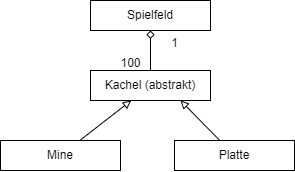
Earlier version of the draw.io export 00Informatik/OIDE_Minesweeper/01KlassendiagrammSpielfeld.png (Hi2272/Hi2272.github.io). Source tidied: cells renumbered, new cells last; positions are measured from the earlier drawing's top-left corner, leaving out a move shared by most shapes.
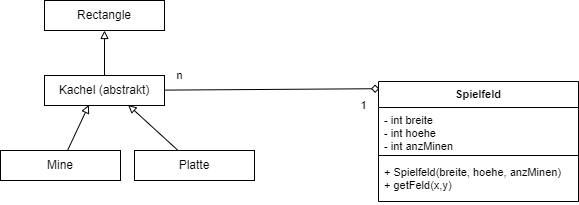
After the commit.

The edit, as a diff of the source:
```diff
@@ -2,32 +2,47 @@
   <root>
     <mxCell id="0" />
     <mxCell id="1" parent="0" />
-    <mxCell id="2" value="Spielfeld" style="rounded=0;whiteSpace=wrap;html=1;" parent="1" vertex="1">
-      <mxGeometry x="90" width="120" height="30" as="geometry" />
+    <mxCell id="2" style="edgeStyle=none;shape=connector;rounded=0;jettySize=auto;html=1;entryX=0.004;entryY=0.06;entryDx=0;entryDy=0;strokeColor=default;align=center;verticalAlign=middle;fontFamily=Helvetica;fontSize=11;fontColor=default;labelBackgroundColor=default;endArrow=diamond;endFill=0;entryPerimeter=0;" parent="1" edge="1" source="4" target="8">
+      <mxGeometry relative="1" as="geometry" />
     </mxCell>
-    <mxCell id="3" style="edgeStyle=orthogonalEdgeStyle;rounded=0;jettySize=auto;html=1;entryX=0.5;entryY=1;entryDx=0;entryDy=0;endArrow=diamond;endFill=0;" parent="1" edge="1" source="4" target="2">
+    <mxCell id="3" style="edgeStyle=none;shape=connector;rounded=0;jettySize=auto;html=1;strokeColor=default;align=center;verticalAlign=middle;fontFamily=Helvetica;fontSize=11;fontColor=default;labelBackgroundColor=default;endArrow=block;endFill=0;" parent="1" edge="1" source="4" target="7">
       <mxGeometry relative="1" as="geometry" />
     </mxCell>
     <mxCell id="4" value="Kachel (abstrakt)" style="rounded=0;whiteSpace=wrap;html=1;" parent="1" vertex="1">
-      <mxGeometry x="90" y="70" width="120" height="30" as="geometry" />
+      <mxGeometry x="-160" y="265" width="120" height="30" as="geometry" />
     </mxCell>
-    <mxCell id="5" style="edgeStyle=none;shape=connector;rounded=0;jettySize=auto;html=1;entryX=0.75;entryY=1;entryDx=0;entryDy=0;strokeColor=default;align=center;verticalAlign=middle;fontFamily=Helvetica;fontSize=11;fontColor=default;labelBackgroundColor=default;endArrow=block;endFill=0;" parent="1" edge="1" source="6" target="4">
-      <mxGeometry relative="1" as="geometry" />
+    <mxCell id="5" value="n" style="text;html=1;align=center;verticalAlign=middle;strokeColor=none;fillColor=none;fontFamily=Helvetica;fontSize=11;fontColor=default;labelBackgroundColor=default;" parent="1" vertex="1">
+      <mxGeometry x="-40" y="250" width="30" height="30" as="geometry" />
     </mxCell>
-    <mxCell id="6" value="Platte" style="rounded=0;whiteSpace=wrap;html=1;" parent="1" vertex="1">
-      <mxGeometry x="174" y="140" width="120" height="30" as="geometry" />
+    <mxCell id="6" value="1" style="text;html=1;align=center;verticalAlign=middle;points=[];strokeColor=none;fillColor=none;fontFamily=Helvetica;fontSize=11;fontColor=default;labelBackgroundColor=default;" parent="1" vertex="1">
+      <mxGeometry x="144" y="280" width="30" height="30" as="geometry" />
     </mxCell>
-    <mxCell id="7" style="rounded=0;jettySize=auto;html=1;endArrow=block;endFill=0;" parent="1" edge="1" source="8" target="4">
-      <mxGeometry relative="1" as="geometry" />
+    <mxCell id="7" value="Rectangle" style="rounded=0;whiteSpace=wrap;html=1;" parent="1" vertex="1">
+      <mxGeometry x="-160" y="190" width="120" height="30" as="geometry" />
     </mxCell>
-    <mxCell id="8" value="Mine" style="rounded=0;whiteSpace=wrap;html=1;" parent="1" vertex="1">
-      <mxGeometry y="140" width="120" height="30" as="geometry" />
+    <mxCell id="8" value="Spielfeld" style="swimlane;fontStyle=1;align=center;verticalAlign=top;horizontal=1;startSize=26;whiteSpace=wrap;html=1;fontFamily=Helvetica;fontSize=11;fontColor=default;labelBackgroundColor=default;" parent="1" vertex="1">
+      <mxGeometry x="174" y="271" width="200" height="120" as="geometry" />
     </mxCell>
-    <mxCell id="9" value="100" style="text;html=1;align=center;verticalAlign=middle;strokeColor=none;fillColor=none;" parent="1" vertex="1">
-      <mxGeometry x="110" y="48" width="40" height="30" as="geometry" />
+    <mxCell id="9" value="- int breite&lt;div&gt;- int hoehe&lt;/div&gt;&lt;div&gt;- int anzMinen&lt;/div&gt;" style="text;strokeColor=none;fillColor=none;align=left;verticalAlign=top;spacingLeft=4;spacingRight=4;overflow=hidden;whiteSpace=wrap;html=1;fontFamily=Helvetica;fontSize=11;fontColor=default;labelBackgroundColor=default;" parent="8" vertex="1">
+      <mxGeometry y="26" width="200" height="44" as="geometry" />
     </mxCell>
-    <mxCell id="10" value="1" style="text;html=1;align=center;verticalAlign=middle;strokeColor=none;fillColor=none;" parent="1" vertex="1">
-      <mxGeometry x="159" y="28" width="30" height="30" as="geometry" />
+    <mxCell id="10" style="line;strokeWidth=1;fillColor=none;align=left;verticalAlign=middle;spacingTop=-1;spacingLeft=3;spacingRight=3;labelPosition=right;strokeColor=inherit;fontFamily=Helvetica;fontSize=11;fontColor=default;labelBackgroundColor=default;" parent="8" vertex="1">
+      <mxGeometry y="70" width="200" height="8" as="geometry" />
     </mxCell>
+    <mxCell id="11" value="&lt;span style=&quot;color: rgb(0, 0, 0); font-family: Helvetica; font-size: 11px; font-style: normal; font-variant-ligatures: normal; font-variant-caps: normal; font-weight: 400; letter-spacing: normal; orphans: 2; text-align: left; text-indent: 0px; text-transform: none; widows: 2; word-spacing: 0px; -webkit-text-stroke-width: 0px; white-space: normal; background-color: rgb(255, 255, 255); text-decoration-thickness: initial; text-decoration-style: initial; text-decoration-color: initial; display: inline !important; float: none;&quot;&gt;+ Spielfeld(breite, hoehe, anzMinen)&lt;/span&gt;&lt;div style=&quot;forced-color-adjust: none; color: rgb(0, 0, 0); font-family: Helvetica; font-size: 11px; font-style: normal; font-variant-ligatures: normal; font-variant-caps: normal; font-weight: 400; letter-spacing: normal; orphans: 2; text-align: left; text-indent: 0px; text-transform: none; widows: 2; word-spacing: 0px; -webkit-text-stroke-width: 0px; white-space: normal; text-decoration-thickness: initial; text-decoration-style: initial; text-decoration-color: initial;&quot;&gt;+ getFeld(x,y)&lt;/div&gt;" style="text;strokeColor=none;fillColor=none;align=left;verticalAlign=top;spacingLeft=4;spacingRight=4;overflow=hidden;whiteSpace=wrap;html=1;fontFamily=Helvetica;fontSize=11;fontColor=default;labelBackgroundColor=default;" parent="8" vertex="1">
+      <mxGeometry y="78" width="200" height="42" as="geometry" />
+    </mxCell>
+    <mxCell id="12" value="Platte" style="rounded=0;whiteSpace=wrap;html=1;" parent="1" vertex="1">
+      <mxGeometry x="-70" y="340" width="120" height="30" as="geometry" />
+    </mxCell>
+    <mxCell id="13" value="Mine" style="rounded=0;whiteSpace=wrap;html=1;" parent="1" vertex="1">
+      <mxGeometry x="-204" y="340" width="120" height="30" as="geometry" />
+    </mxCell>
+    <mxCell id="14" style="edgeStyle=none;rounded=0;jettySize=auto;html=1;entryX=0.37;entryY=0.98;entryDx=0;entryDy=0;entryPerimeter=0;strokeColor=default;align=center;verticalAlign=middle;fontFamily=Helvetica;fontSize=11;fontColor=default;labelBackgroundColor=default;endArrow=block;endFill=0;" parent="1" edge="1" source="13" target="4">
+      <mxGeometry relative="1" as="geometry" />
+    </mxCell>
+    <mxCell id="15" style="edgeStyle=none;shape=connector;rounded=0;jettySize=auto;html=1;entryX=0.697;entryY=0.98;entryDx=0;entryDy=0;entryPerimeter=0;strokeColor=default;align=center;verticalAlign=middle;fontFamily=Helvetica;fontSize=11;fontColor=default;labelBackgroundColor=default;endArrow=block;endFill=0;" parent="1" edge="1" source="12" target="4">
+      <mxGeometry relative="1" as="geometry" />
+    </mxCell>
   </root>
 </mxGraphModel>
```
